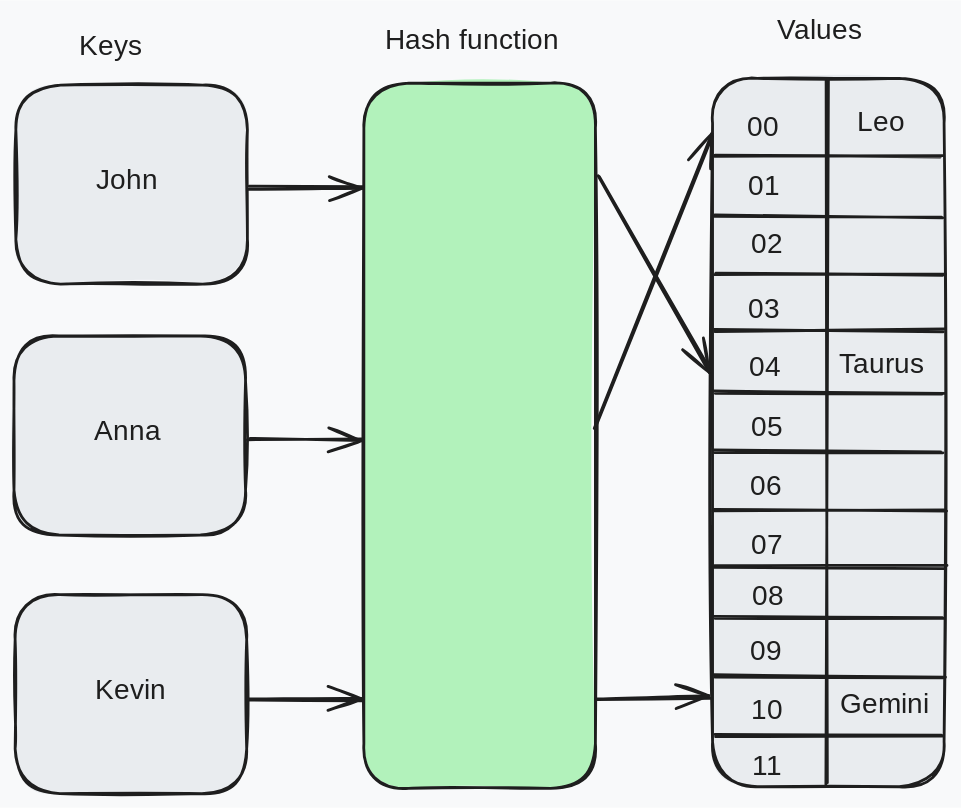
Earlier version of the Excalidraw export Complex DS/Hash Maps/Hash_Maps.svg (PDochev/Data-Structures-and-Algorithms). Source tidied: one line per element, renumbered; positions are measured from the earlier drawing's top-left corner, leaving out a move shared by most shapes. Source of this version:
```json
{"id": 0, "type": "rectangle", "strokeColor": "#1e1e1e", "backgroundColor": "#e9ecef", "fillStyle": "solid", "strokeWidth": 2, "roughness": 1, "round": true, "x": 1, "y": 51, "width": 165, "height": 142}
{"id": 1, "type": "text", "text": "Keys", "strokeColor": "#1e1e1e", "strokeWidth": 2, "roughness": 1, "fontSize": 20, "fontFamily": 5, "x": 46, "y": 11, "width": 44, "height": 25}
{"id": 2, "type": "text", "text": "Hash function", "strokeColor": "#1e1e1e", "strokeWidth": 2, "roughness": 1, "fontSize": 20, "fontFamily": 5, "x": 265, "y": 7, "width": 133, "height": 25}
{"id": 3, "type": "text", "text": "Values", "strokeColor": "#1e1e1e", "strokeWidth": 2, "roughness": 1, "fontSize": 20, "fontFamily": 5, "x": 545, "y": 0, "width": 60, "height": 25}
{"id": 4, "type": "text", "text": "John", "strokeColor": "#1e1e1e", "strokeWidth": 2, "roughness": 1, "fontSize": 20, "fontFamily": 5, "x": 58, "y": 107, "width": 45, "height": 25}
{"id": 5, "type": "rectangle", "strokeColor": "#1e1e1e", "backgroundColor": "#b2f2bb", "fillStyle": "solid", "strokeWidth": 2, "roughness": 1, "round": true, "x": 250, "y": 49, "width": 165, "height": 504}
{"id": 6, "type": "rectangle", "strokeColor": "#1e1e1e", "backgroundColor": "#e9ecef", "fillStyle": "solid", "strokeWidth": 2, "roughness": 1, "round": true, "x": 499, "y": 46, "width": 165, "height": 506}
{"id": 7, "type": "line", "strokeColor": "#1e1e1e", "strokeWidth": 2, "roughness": 1, "round": true, "x": 581, "y": 46, "width": 0, "height": 503, "points": [[0, 0], [0, 503]]}
{"id": 8, "type": "text", "text": "00", "strokeColor": "#1e1e1e", "strokeWidth": 2, "roughness": 1, "fontSize": 20, "fontFamily": 5, "x": 524, "y": 69, "width": 27, "height": 25}
{"id": 9, "type": "rectangle", "strokeColor": "#1e1e1e", "backgroundColor": "#e9ecef", "fillStyle": "solid", "strokeWidth": 2, "roughness": 1, "round": true, "x": 0, "y": 230, "width": 165, "height": 142}
{"id": 10, "type": "text", "text": "Anna", "strokeColor": "#1e1e1e", "strokeWidth": 2, "roughness": 1, "fontSize": 20, "fontFamily": 5, "x": 57, "y": 287, "width": 46, "height": 25}
{"id": 11, "type": "rectangle", "strokeColor": "#1e1e1e", "backgroundColor": "#e9ecef", "fillStyle": "solid", "strokeWidth": 2, "roughness": 1, "round": true, "x": 1, "y": 415, "width": 165, "height": 142}
{"id": 12, "type": "text", "text": "Kevin", "strokeColor": "#1e1e1e", "strokeWidth": 2, "roughness": 1, "fontSize": 20, "fontFamily": 5, "x": 58, "y": 471, "width": 48, "height": 25}
{"id": 13, "type": "line", "strokeColor": "#1e1e1e", "strokeWidth": 2, "roughness": 1, "round": true, "x": 662, "y": 102, "width": 162, "height": 0, "points": [[0, 0], [-162, 0]]}
{"id": 14, "type": "line", "strokeColor": "#1e1e1e", "strokeWidth": 2, "roughness": 1, "round": true, "x": 663, "y": 144, "width": 162, "height": 0, "points": [[0, 0], [-162, 0]]}
{"id": 15, "type": "line", "strokeColor": "#1e1e1e", "strokeWidth": 2, "roughness": 1, "round": true, "x": 664, "y": 186, "width": 162, "height": 0, "points": [[0, 0], [-162, 0]]}
{"id": 16, "type": "line", "strokeColor": "#1e1e1e", "strokeWidth": 2, "roughness": 1, "round": true, "x": 665, "y": 226, "width": 165, "height": 0, "points": [[0, 0], [-165, 0]]}
{"id": 17, "type": "line", "strokeColor": "#1e1e1e", "strokeWidth": 2, "roughness": 1, "round": true, "x": 664, "y": 270, "width": 162, "height": 0, "points": [[0, 0], [-162, 0]]}
{"id": 18, "type": "line", "strokeColor": "#1e1e1e", "strokeWidth": 2, "roughness": 1, "round": true, "x": 664, "y": 313, "width": 164, "height": 0, "points": [[0, 0], [-164, 0]]}
{"id": 19, "type": "line", "strokeColor": "#1e1e1e", "strokeWidth": 2, "roughness": 1, "round": true, "x": 665, "y": 354, "width": 166, "height": 0, "points": [[0, 0], [-166, 0]]}
{"id": 20, "type": "line", "strokeColor": "#1e1e1e", "strokeWidth": 2, "roughness": 1, "round": true, "x": 666, "y": 395, "width": 167, "height": 0, "points": [[0, 0], [-167, 0]]}
{"id": 21, "type": "line", "strokeColor": "#1e1e1e", "strokeWidth": 2, "roughness": 1, "round": true, "x": 664, "y": 431, "width": 162, "height": 0, "points": [[0, 0], [-162, 0]]}
{"id": 22, "type": "line", "strokeColor": "#1e1e1e", "strokeWidth": 2, "roughness": 1, "round": true, "x": 664, "y": 473, "width": 164, "height": 0, "points": [[0, 0], [-164, 0]]}
{"id": 23, "type": "line", "strokeColor": "#1e1e1e", "strokeWidth": 2, "roughness": 1, "round": true, "x": 663, "y": 515, "width": 162, "height": 0, "points": [[0, 0], [-162, 0]]}
{"id": 24, "type": "text", "text": "01", "strokeColor": "#1e1e1e", "strokeWidth": 2, "roughness": 1, "fontSize": 20, "fontFamily": 5, "x": 524, "y": 111, "width": 22, "height": 25}
{"id": 25, "type": "text", "text": "02", "strokeColor": "#1e1e1e", "strokeWidth": 2, "roughness": 1, "fontSize": 20, "fontFamily": 5, "x": 526, "y": 153, "width": 28, "height": 25}
{"id": 26, "type": "text", "text": "03", "strokeColor": "#1e1e1e", "strokeWidth": 2, "roughness": 1, "fontSize": 20, "fontFamily": 5, "x": 524, "y": 199, "width": 25, "height": 25}
{"id": 27, "type": "text", "text": "04", "strokeColor": "#1e1e1e", "strokeWidth": 2, "roughness": 1, "fontSize": 20, "fontFamily": 5, "x": 525, "y": 241, "width": 25, "height": 25}
{"id": 28, "type": "text", "text": "05", "strokeColor": "#1e1e1e", "strokeWidth": 2, "roughness": 1, "fontSize": 20, "fontFamily": 5, "x": 527, "y": 283, "width": 26, "height": 25}
{"id": 29, "type": "text", "text": "06", "strokeColor": "#1e1e1e", "strokeWidth": 2, "roughness": 1, "fontSize": 20, "fontFamily": 5, "x": 526, "y": 326, "width": 26, "height": 25}
{"id": 30, "type": "text", "text": "07", "strokeColor": "#1e1e1e", "strokeWidth": 2, "roughness": 1, "fontSize": 20, "fontFamily": 5, "x": 526, "y": 368, "width": 25, "height": 25}
{"id": 31, "type": "text", "text": "08", "strokeColor": "#1e1e1e", "strokeWidth": 2, "roughness": 1, "fontSize": 20, "fontFamily": 5, "x": 527, "y": 404, "width": 26, "height": 25}
{"id": 32, "type": "text", "text": "09", "strokeColor": "#1e1e1e", "strokeWidth": 2, "roughness": 1, "fontSize": 20, "fontFamily": 5, "x": 526, "y": 444, "width": 26, "height": 25}
{"id": 33, "type": "text", "text": "10", "strokeColor": "#1e1e1e", "strokeWidth": 2, "roughness": 1, "fontSize": 20, "fontFamily": 5, "x": 527, "y": 486, "width": 22, "height": 25}
{"id": 34, "type": "text", "text": "11", "strokeColor": "#1e1e1e", "strokeWidth": 2, "roughness": 1, "fontSize": 20, "fontFamily": 5, "x": 527, "y": 526, "width": 17, "height": 25}
{"id": 35, "type": "text", "text": "Leo", "strokeColor": "#1e1e1e", "strokeWidth": 2, "roughness": 1, "fontSize": 20, "fontFamily": 5, "x": 602, "y": 66, "width": 34, "height": 25}
{"id": 36, "type": "text", "text": "Taurus", "strokeColor": "#1e1e1e", "strokeWidth": 2, "roughness": 1, "fontSize": 20, "fontFamily": 5, "x": 590, "y": 238, "width": 68, "height": 25}
{"id": 37, "type": "text", "text": "Gemini", "strokeColor": "#1e1e1e", "strokeWidth": 2, "roughness": 1, "fontSize": 20, "fontFamily": 5, "x": 590, "y": 482, "width": 60, "height": 25}
{"id": 38, "type": "arrow", "strokeColor": "#1e1e1e", "strokeWidth": 2, "roughness": 1, "endArrowhead": "arrow", "round": true, "from": 0, "to": 5, "x": 168, "y": 124, "width": 81, "height": 0, "points": [[0, 0], [81, 0]]}
{"id": 39, "type": "arrow", "strokeColor": "#1e1e1e", "strokeWidth": 2, "roughness": 1, "endArrowhead": "arrow", "round": true, "from": 9, "to": 5, "x": 167, "y": 304, "width": 82, "height": 0, "points": [[0, 0], [82, 0]]}
{"id": 40, "type": "arrow", "strokeColor": "#1e1e1e", "strokeWidth": 2, "roughness": 1, "endArrowhead": "arrow", "round": true, "from": 11, "to": 5, "x": 167, "y": 490, "width": 82, "height": 0, "points": [[0, 0], [82, 0]]}
{"id": 41, "type": "arrow", "strokeColor": "#1e1e1e", "strokeWidth": 2, "roughness": 1, "endArrowhead": "arrow", "round": true, "from": 5, "to": 6, "x": 417, "y": 115, "width": 80, "height": 139, "points": [[0, 0], [80, 139]]}
{"id": 42, "type": "arrow", "strokeColor": "#1e1e1e", "strokeWidth": 2, "roughness": 1, "endArrowhead": "arrow", "round": true, "from": 5, "to": 6, "x": 416, "y": 294, "width": 81, "height": 208, "points": [[0, 0], [81, -208]]}
{"id": 43, "type": "arrow", "strokeColor": "#1e1e1e", "strokeWidth": 2, "roughness": 1, "endArrowhead": "arrow", "round": true, "from": 5, "to": 6, "x": 416, "y": 489, "width": 82, "height": 0, "points": [[0, 0], [82, 0]]}
```
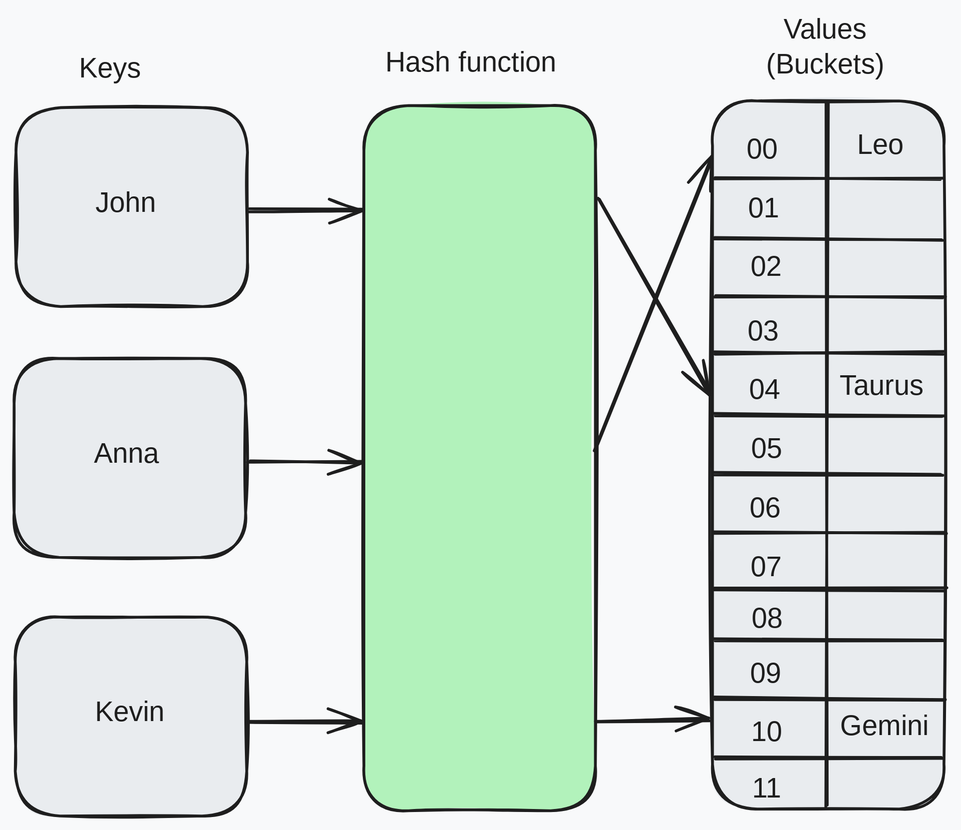
Later version of the same file.

Commit message:
Add HashTable implementation using JavaScript Map for collision resolution

The edit, as a diff of the source:
```diff
@@ -1,7 +1,7 @@
 {"id": 0, "type": "rectangle", "strokeColor": "#1e1e1e", "backgroundColor": "#e9ecef", "fillStyle": "solid", "strokeWidth": 2, "roughness": 1, "round": true, "x": 1, "y": 51, "width": 165, "height": 142}
 {"id": 1, "type": "text", "text": "Keys", "strokeColor": "#1e1e1e", "strokeWidth": 2, "roughness": 1, "fontSize": 20, "fontFamily": 5, "x": 46, "y": 11, "width": 44, "height": 25}
 {"id": 2, "type": "text", "text": "Hash function", "strokeColor": "#1e1e1e", "strokeWidth": 2, "roughness": 1, "fontSize": 20, "fontFamily": 5, "x": 265, "y": 7, "width": 133, "height": 25}
-{"id": 3, "type": "text", "text": "Values", "strokeColor": "#1e1e1e", "strokeWidth": 2, "roughness": 1, "fontSize": 20, "fontFamily": 5, "x": 545, "y": 0, "width": 60, "height": 25}
+{"id": 3, "type": "text", "text": "Values\n(Buckets)", "strokeColor": "#1e1e1e", "strokeWidth": 2, "roughness": 1, "fontSize": 20, "fontFamily": 5, "textAlign": "center", "x": 531, "y": -16, "width": 96, "height": 50}
 {"id": 4, "type": "text", "text": "John", "strokeColor": "#1e1e1e", "strokeWidth": 2, "roughness": 1, "fontSize": 20, "fontFamily": 5, "x": 58, "y": 107, "width": 45, "height": 25}
 {"id": 5, "type": "rectangle", "strokeColor": "#1e1e1e", "backgroundColor": "#b2f2bb", "fillStyle": "solid", "strokeWidth": 2, "roughness": 1, "round": true, "x": 250, "y": 49, "width": 165, "height": 504}
 {"id": 6, "type": "rectangle", "strokeColor": "#1e1e1e", "backgroundColor": "#e9ecef", "fillStyle": "solid", "strokeWidth": 2, "roughness": 1, "round": true, "x": 499, "y": 46, "width": 165, "height": 506}
```
